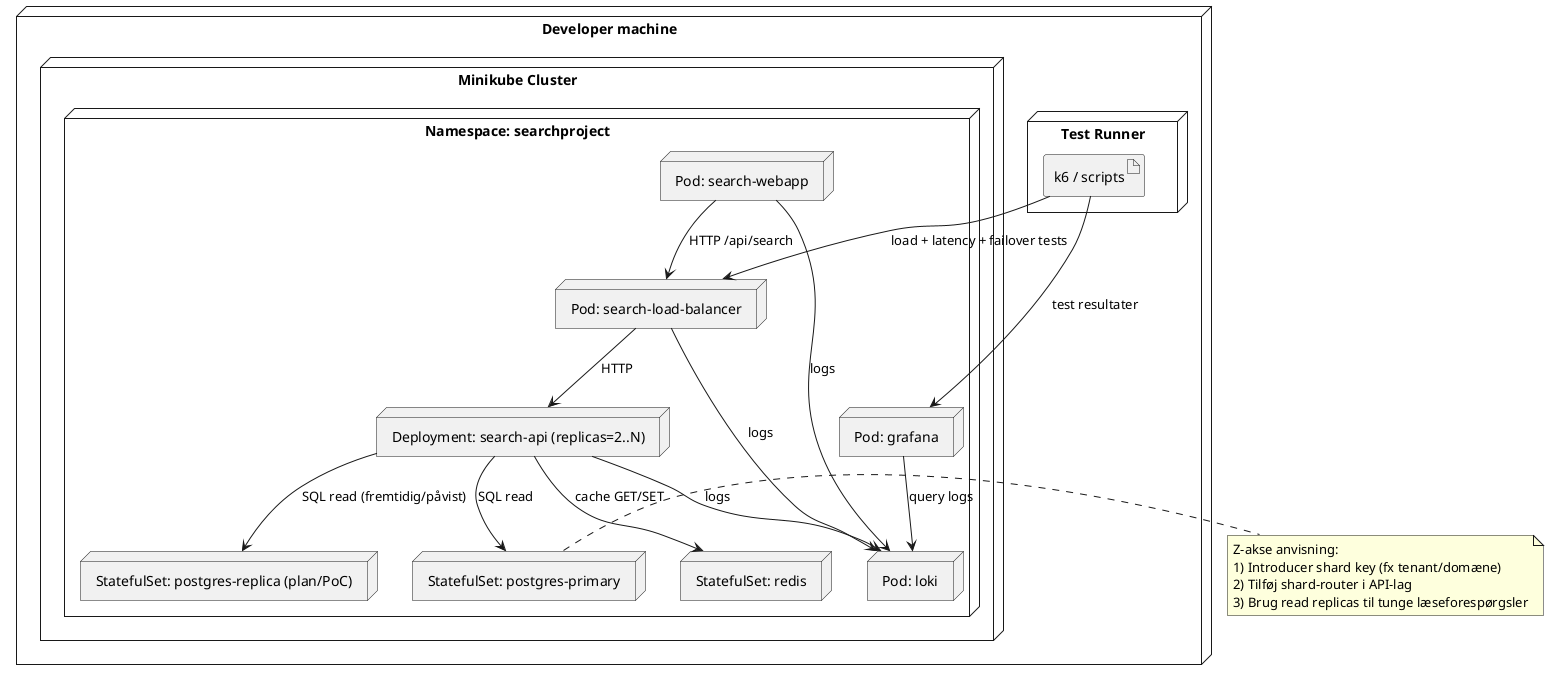
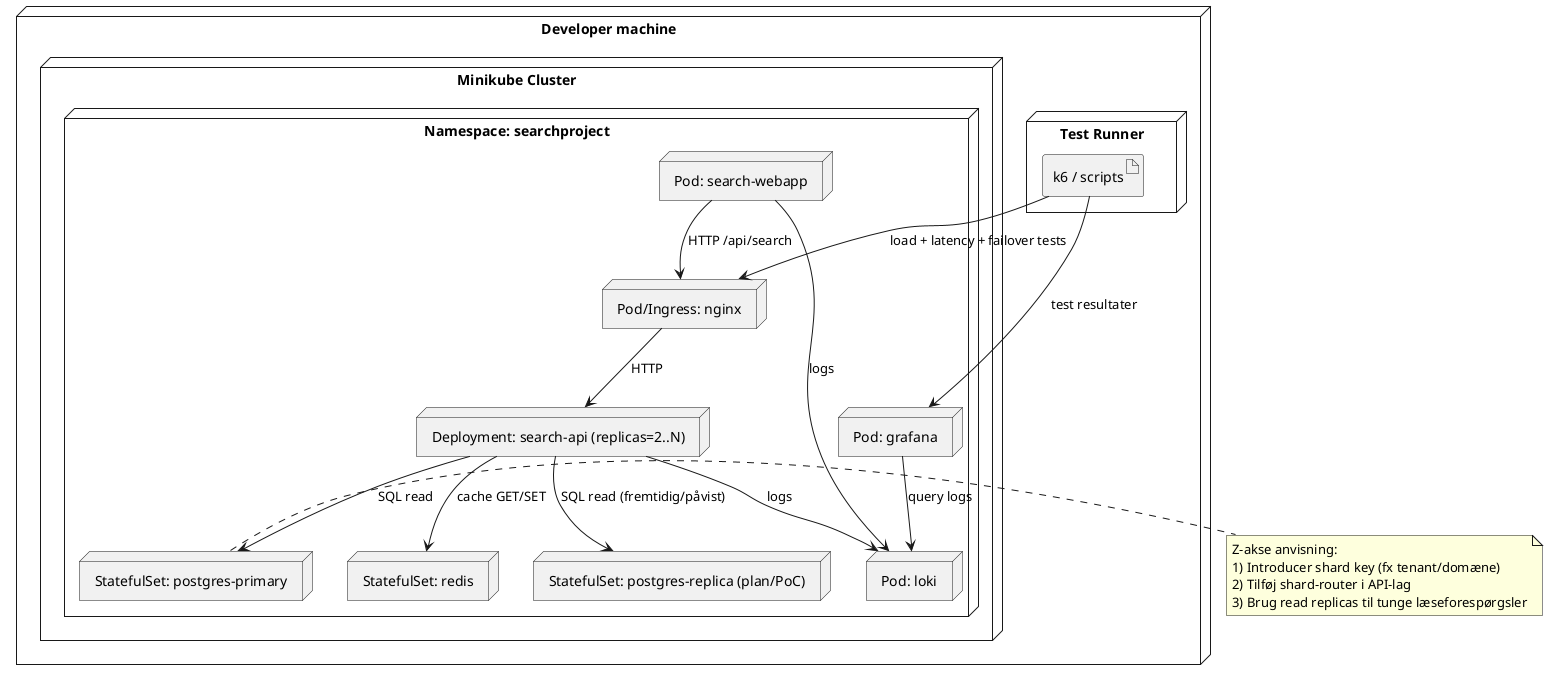
@startuml UML_Deployment_SearchProject
skinparam shadowing false
skinparam componentStyle rectangle

node "Developer machine" {
  node "Test Runner" as test {
    artifact "k6 / scripts" as k6
  }

  node "Minikube Cluster" {
    node "Namespace: searchproject" {
      node "Pod: search-webapp" as web
-       node "Pod: search-load-balancer" as lb
+       node "Pod/Ingress: nginx" as proxy
      node "Deployment: search-api (replicas=2..N)" as api

      node "StatefulSet: redis" as redis
      node "StatefulSet: postgres-primary" as pgPrimary
      node "StatefulSet: postgres-replica (plan/PoC)" as pgReplica

      node "Pod: loki" as loki
      node "Pod: grafana" as grafana
    }
  }
}

- web --> lb : HTTP /api/search
- lb --> api : HTTP
+ web --> proxy : HTTP /api/search
+ proxy --> api : HTTP
api --> redis : cache GET/SET
api --> pgPrimary : SQL read
api --> pgReplica : SQL read (fremtidig/påvist)

- k6 --> lb : load + latency + failover tests
+ k6 --> proxy : load + latency + failover tests
api --> loki : logs
- lb --> loki : logs
web --> loki : logs

grafana --> loki : query logs
k6 --> grafana : test resultater

note right of pgPrimary
  Z-akse anvisning:
  1) Introducer shard key (fx tenant/domæne)
  2) Tilføj shard-router i API-lag
  3) Brug read replicas til tunge læseforespørgsler
end note

@enduml
